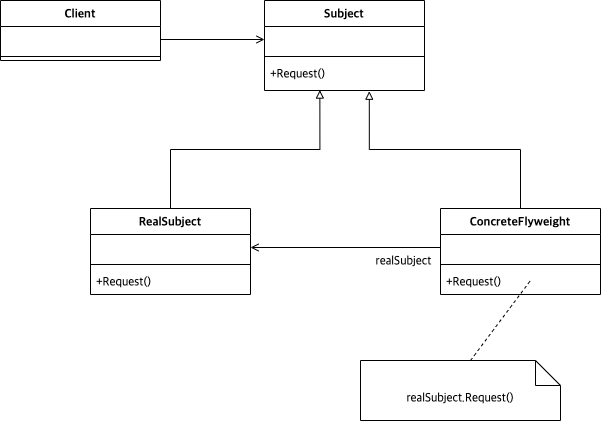
This is designpattern/proxy/proxy.drawio.png from iamslash/TIL, a draw.io export, as it was before one commit. Source tidied: cells renumbered, new cells last; positions are measured from the earlier drawing's top-left corner, leaving out a move shared by most shapes.
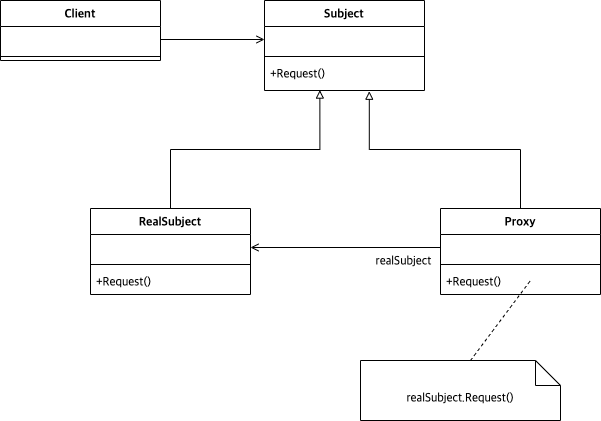
The same file after the commit.

Change to the diagram source:
```diff
@@ -32,7 +32,7 @@
     <mxCell id="11" style="edgeStyle=orthogonalEdgeStyle;rounded=0;jettySize=auto;html=1;entryX=0.655;entryY=1.025;entryDx=0;entryDy=0;entryPerimeter=0;fontFamily=Lucida Console;fontSize=12;startArrow=none;startFill=0;endArrow=block;endFill=0;strokeWidth=1;" parent="1" edge="1" source="12" target="5">
       <mxGeometry relative="1" as="geometry" />
     </mxCell>
-    <mxCell id="12" value="ConcreteFlyweight" style="swimlane;fontStyle=1;align=center;verticalAlign=top;horizontal=1;startSize=26;fontFamily=Lucida Console;fontSize=12;" parent="1" vertex="1">
+    <mxCell id="12" value="Proxy" style="swimlane;fontStyle=1;align=center;verticalAlign=top;horizontal=1;startSize=26;fontFamily=Lucida Console;fontSize=12;" parent="1" vertex="1">
       <mxGeometry x="440" y="208" width="160" height="86" as="geometry" />
     </mxCell>
     <mxCell id="13" value=" " style="text;strokeColor=none;fillColor=none;align=left;verticalAlign=top;spacingLeft=4;spacingRight=4;overflow=hidden;points=[[0,0.5],[1,0.5]];portConstraint=eastwest;fontFamily=Lucida Console;fontSize=12;" parent="12" vertex="1">
```
